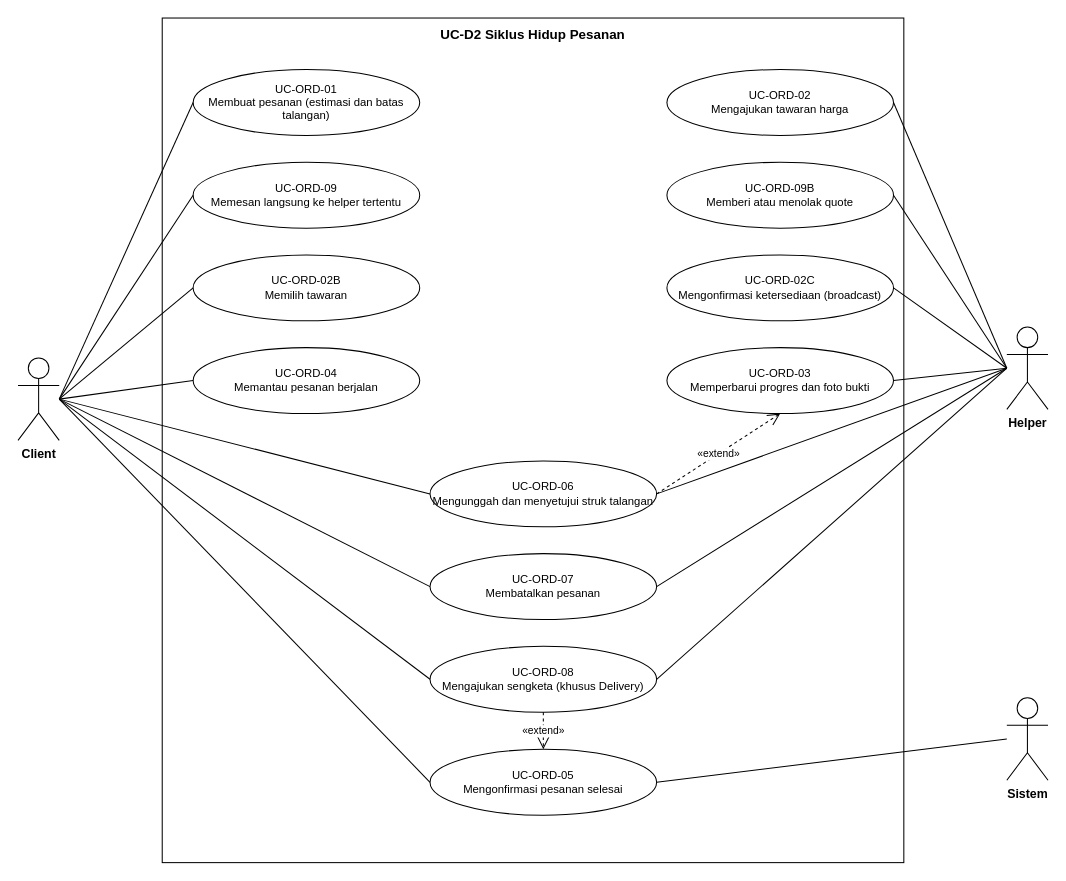
Before: page "UC-D2" (2 of 10) of assets/13/13_use-case-dan-activity-diagram.drawio in Davi-ARD/tolongindong-docs, a draw.io diagram. Source tidied: cells renumbered, new cells numbered last; positions are measured from the earlier drawing's top-left corner, leaving out a move shared by most shapes. Both pictures are drawn from the tidied source at 103%, with x=0, y=0 at pixel (18, 18).
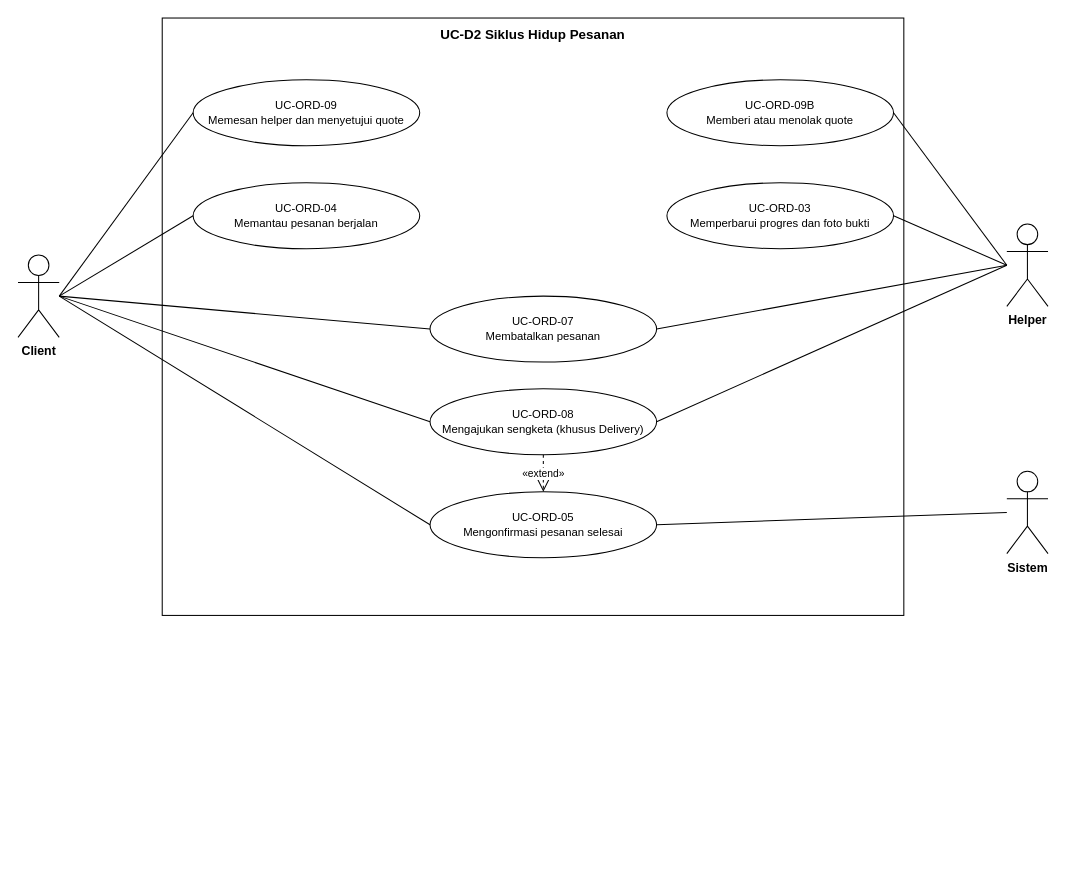
The same diagram, later.

Diff of the diagram source:
```diff
@@
     <mxCell id="2" value="UC-D2 Siklus Hidup Pesanan" style="rounded=0;whiteSpace=wrap;html=1;verticalAlign=top;align=center;fontStyle=1;fontSize=13;fillColor=none;strokeColor=#000000;spacingTop=2;" parent="1" vertex="1">
-      <mxGeometry x="140" width="720" height="820" as="geometry" />
+      <mxGeometry x="140" width="720" height="580" as="geometry" />
     </mxCell>
     <mxCell id="3" value="Client" style="shape=umlActor;verticalLabelPosition=bottom;verticalAlign=top;html=1;outlineConnect=0;fontSize=12;fontStyle=1;" parent="1" vertex="1">
-      <mxGeometry y="330" width="40" height="80" as="geometry" />
+      <mxGeometry y="230" width="40" height="80" as="geometry" />
     </mxCell>
     <mxCell id="4" value="Helper" style="shape=umlActor;verticalLabelPosition=bottom;verticalAlign=top;html=1;outlineConnect=0;fontSize=12;fontStyle=1;" parent="1" vertex="1">
-      <mxGeometry x="960" y="300" width="40" height="80" as="geometry" />
+      <mxGeometry x="960" y="200" width="40" height="80" as="geometry" />
     </mxCell>
     <mxCell id="5" value="Sistem" style="shape=umlActor;verticalLabelPosition=bottom;verticalAlign=top;html=1;outlineConnect=0;fontSize=12;fontStyle=1;" parent="1" vertex="1">
-      <mxGeometry x="960" y="660" width="40" height="80" as="geometry" />
+      <mxGeometry x="960" y="440" width="40" height="80" as="geometry" />
     </mxCell>
-    <mxCell id="6" value="UC-ORD-01&lt;br&gt;Membuat pesanan (estimasi dan batas talangan)" style="ellipse;whiteSpace=wrap;html=1;fontSize=11;fillColor=#ffffff;strokeColor=#000000;" parent="1" vertex="1">
-      <mxGeometry x="170" y="50" width="220" height="64" as="geometry" />
-    </mxCell>
-    <mxCell id="7" value="UC-ORD-09&lt;br&gt;Memesan langsung ke helper tertentu" style="ellipse;whiteSpace=wrap;html=1;fontSize=11;fillColor=#ffffff;strokeColor=#000000;" parent="1" vertex="1">
-      <mxGeometry x="170" y="140" width="220" height="64" as="geometry" />
+    <mxCell id="7" value="UC-ORD-09&lt;br&gt;Memesan helper dan menyetujui quote" style="ellipse;whiteSpace=wrap;html=1;fontSize=11;fillColor=#ffffff;strokeColor=#000000;" parent="1" vertex="1">
+      <mxGeometry x="170" y="60" width="220" height="64" as="geometry" />
     </mxCell>
-    <mxCell id="8" value="UC-ORD-02B&lt;br&gt;Memilih tawaran" style="ellipse;whiteSpace=wrap;html=1;fontSize=11;fillColor=#ffffff;strokeColor=#000000;" parent="1" vertex="1">
-      <mxGeometry x="170" y="230" width="220" height="64" as="geometry" />
-    </mxCell>
     <mxCell id="9" value="UC-ORD-04&lt;br&gt;Memantau pesanan berjalan" style="ellipse;whiteSpace=wrap;html=1;fontSize=11;fillColor=#ffffff;strokeColor=#000000;" parent="1" vertex="1">
-      <mxGeometry x="170" y="320" width="220" height="64" as="geometry" />
+      <mxGeometry x="170" y="160" width="220" height="64" as="geometry" />
     </mxCell>
-    <mxCell id="10" value="UC-ORD-02&lt;br&gt;Mengajukan tawaran harga" style="ellipse;whiteSpace=wrap;html=1;fontSize=11;fillColor=#ffffff;strokeColor=#000000;" parent="1" vertex="1">
-      <mxGeometry x="630" y="50" width="220" height="64" as="geometry" />
-    </mxCell>
     <mxCell id="11" value="UC-ORD-09B&lt;br&gt;Memberi atau menolak quote" style="ellipse;whiteSpace=wrap;html=1;fontSize=11;fillColor=#ffffff;strokeColor=#000000;" parent="1" vertex="1">
-      <mxGeometry x="630" y="140" width="220" height="64" as="geometry" />
+      <mxGeometry x="630" y="60" width="220" height="64" as="geometry" />
     </mxCell>
-    <mxCell id="12" value="UC-ORD-02C&lt;br&gt;Mengonfirmasi ketersediaan (broadcast)" style="ellipse;whiteSpace=wrap;html=1;fontSize=11;fillColor=#ffffff;strokeColor=#000000;" parent="1" vertex="1">
-      <mxGeometry x="630" y="230" width="220" height="64" as="geometry" />
-    </mxCell>
     <mxCell id="13" value="UC-ORD-03&lt;br&gt;Memperbarui progres dan foto bukti" style="ellipse;whiteSpace=wrap;html=1;fontSize=11;fillColor=#ffffff;strokeColor=#000000;" parent="1" vertex="1">
-      <mxGeometry x="630" y="320" width="220" height="64" as="geometry" />
+      <mxGeometry x="630" y="160" width="220" height="64" as="geometry" />
     </mxCell>
-    <mxCell id="14" value="UC-ORD-06&lt;br&gt;Mengunggah dan menyetujui struk talangan" style="ellipse;whiteSpace=wrap;html=1;fontSize=11;fillColor=#ffffff;strokeColor=#000000;" parent="1" vertex="1">
-      <mxGeometry x="400" y="430" width="220" height="64" as="geometry" />
-    </mxCell>
     <mxCell id="15" value="UC-ORD-07&lt;br&gt;Membatalkan pesanan" style="ellipse;whiteSpace=wrap;html=1;fontSize=11;fillColor=#ffffff;strokeColor=#000000;" parent="1" vertex="1">
-      <mxGeometry x="400" y="520" width="220" height="64" as="geometry" />
+      <mxGeometry x="400" y="270" width="220" height="64" as="geometry" />
     </mxCell>
     <mxCell id="16" value="UC-ORD-08&lt;br&gt;Mengajukan sengketa (khusus Delivery)" style="ellipse;whiteSpace=wrap;html=1;fontSize=11;fillColor=#ffffff;strokeColor=#000000;" parent="1" vertex="1">
-      <mxGeometry x="400" y="610" width="220" height="64" as="geometry" />
+      <mxGeometry x="400" y="360" width="220" height="64" as="geometry" />
     </mxCell>
     <mxCell id="17" value="UC-ORD-05&lt;br&gt;Mengonfirmasi pesanan selesai" style="ellipse;whiteSpace=wrap;html=1;fontSize=11;fillColor=#ffffff;strokeColor=#000000;" parent="1" vertex="1">
-      <mxGeometry x="400" y="710" width="220" height="64" as="geometry" />
+      <mxGeometry x="400" y="460" width="220" height="64" as="geometry" />
     </mxCell>
-    <mxCell id="18" style="endArrow=none;html=1;strokeColor=#000000;exitX=1;exitY=0.5;exitDx=0;exitDy=0;entryX=0;entryY=0.5;entryDx=0;entryDy=0;" parent="1" edge="1" source="3" target="6">
-      <mxGeometry relative="1" as="geometry" />
-    </mxCell>
@@
-    <mxCell id="20" style="endArrow=none;html=1;strokeColor=#000000;exitX=1;exitY=0.5;exitDx=0;exitDy=0;entryX=0;entryY=0.5;entryDx=0;entryDy=0;" parent="1" edge="1" source="3" target="8">
-      <mxGeometry relative="1" as="geometry" />
-    </mxCell>
@@
-    <mxCell id="22" style="endArrow=none;html=1;strokeColor=#000000;exitX=1;exitY=0.5;exitDx=0;exitDy=0;entryX=0;entryY=0.5;entryDx=0;entryDy=0;" parent="1" edge="1" source="3" target="14">
-      <mxGeometry relative="1" as="geometry" />
-    </mxCell>
@@
-    <mxCell id="26" style="endArrow=none;html=1;strokeColor=#000000;exitX=0;exitY=0.5;exitDx=0;exitDy=0;entryX=1;entryY=0.5;entryDx=0;entryDy=0;" parent="1" edge="1" source="4" target="10">
-      <mxGeometry relative="1" as="geometry" />
-    </mxCell>
@@
-    <mxCell id="28" style="endArrow=none;html=1;strokeColor=#000000;exitX=0;exitY=0.5;exitDx=0;exitDy=0;entryX=1;entryY=0.5;entryDx=0;entryDy=0;" parent="1" edge="1" source="4" target="12">
-      <mxGeometry relative="1" as="geometry" />
-    </mxCell>
@@
-    <mxCell id="30" style="endArrow=none;html=1;strokeColor=#000000;exitX=0;exitY=0.5;exitDx=0;exitDy=0;entryX=1;entryY=0.5;entryDx=0;entryDy=0;" parent="1" edge="1" source="4" target="14">
-      <mxGeometry relative="1" as="geometry" />
-    </mxCell>
@@
-    <mxCell id="34" value="«extend»" style="endArrow=open;endSize=10;dashed=1;html=1;strokeColor=#000000;fontSize=10;exitX=1;exitY=0.5;exitDx=0;exitDy=0;entryX=0.5;entryY=1;entryDx=0;entryDy=0;" parent="1" edge="1" source="14" target="13">
-      <mxGeometry relative="1" as="geometry" />
-    </mxCell>
```
